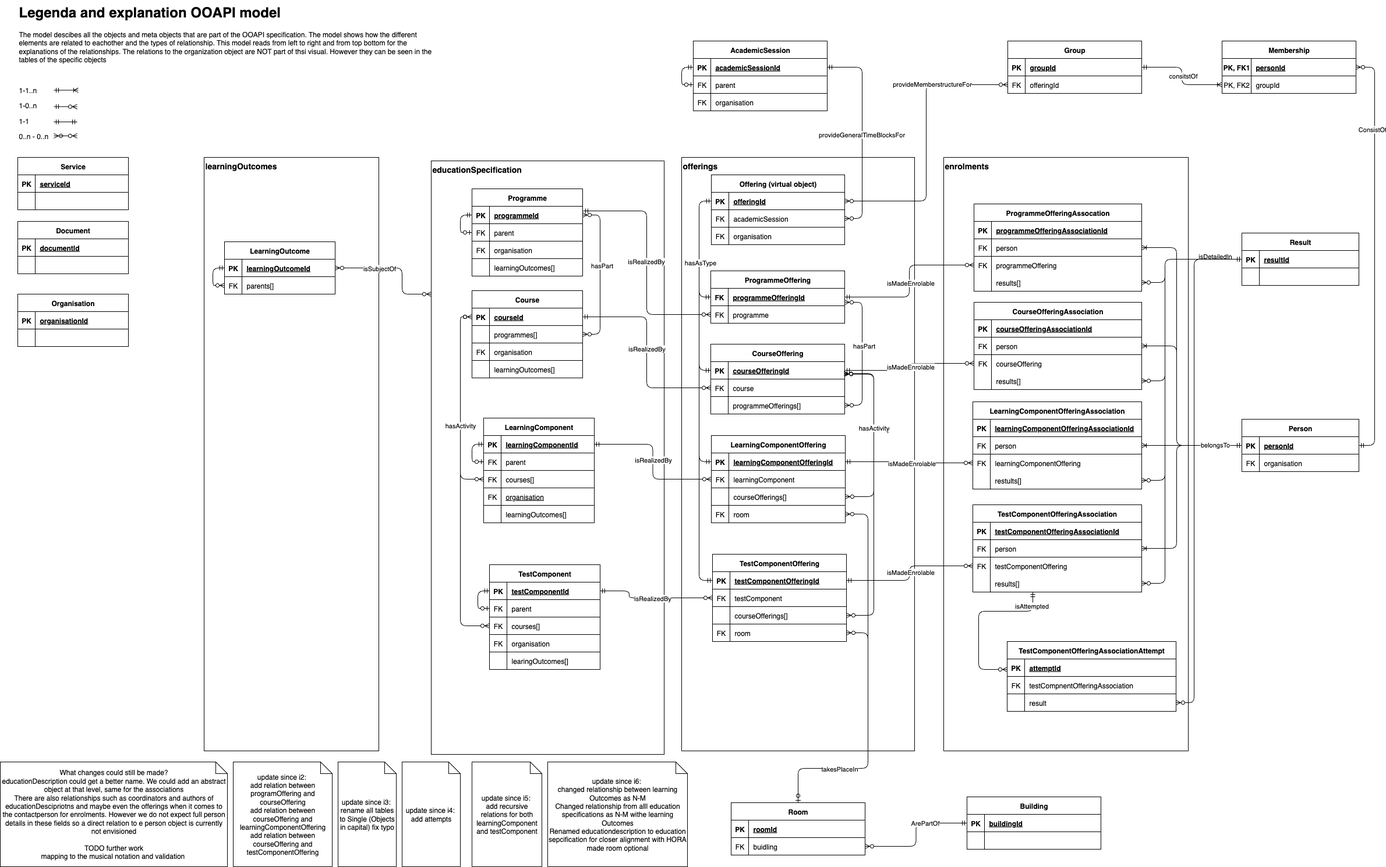
Before: v6/ooapi_v6.png, a diagram exported from draw.io (open-education-api/specification). Source tidied: cells renumbered, new cells last; positions are measured from the earlier drawing's top-left corner, leaving out a move shared by most shapes.
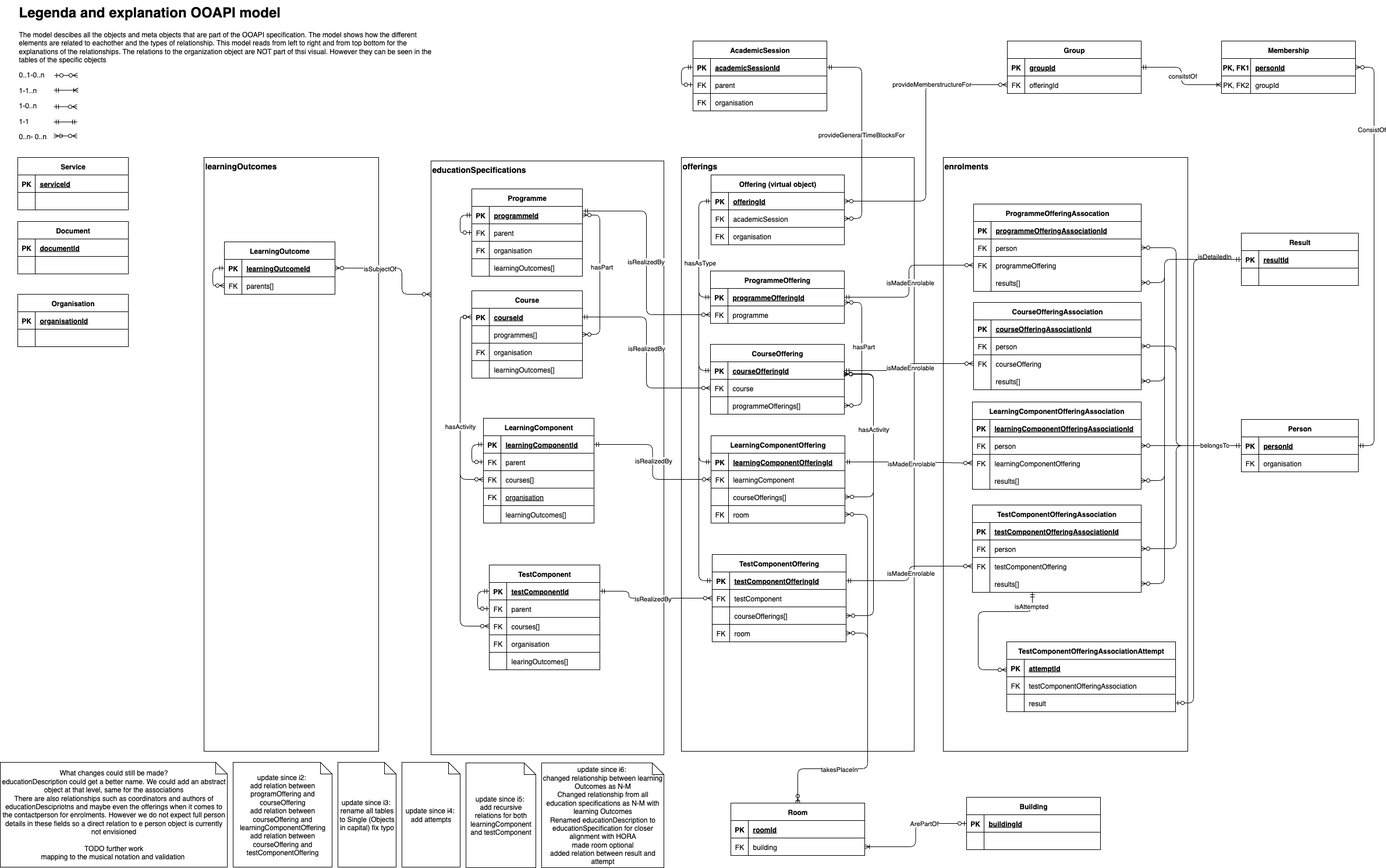
Later version of the same file.

Commit message:
476 feedback definitie van attribuut learningoutcomes binnen object programme fout correct (#483)

The edit, as a diff of the source:
```diff
@@ -5,7 +5,7 @@
     <mxCell id="2" value="&lt;font style=&quot;font-size: 14px;&quot;&gt;&lt;b&gt;offerings&lt;/b&gt;&lt;/font&gt;" style="rounded=0;whiteSpace=wrap;html=1;align=left;verticalAlign=top;" parent="1" vertex="1">
       <mxGeometry x="1170" y="270" width="400" height="1020" as="geometry" />
     </mxCell>
-    <mxCell id="3" value="&lt;font style=&quot;font-size: 14px;&quot;&gt;&lt;b&gt;educationSpecification&lt;/b&gt;&lt;/font&gt;" style="rounded=0;whiteSpace=wrap;html=1;align=left;verticalAlign=top;" parent="1" vertex="1">
+    <mxCell id="3" value="&lt;font style=&quot;font-size: 14px;&quot;&gt;&lt;b&gt;educationSpecifications&lt;/b&gt;&lt;/font&gt;" style="rounded=0;whiteSpace=wrap;html=1;align=left;verticalAlign=top;" parent="1" vertex="1">
       <mxGeometry x="740" y="276" width="400" height="1020" as="geometry" />
     </mxCell>
     <mxCell id="4" style="edgeStyle=entityRelationEdgeStyle;endArrow=ERzeroToMany;startArrow=ERzeroToMany;endFill=1;startFill=0;entryX=1;entryY=0.5;entryDx=0;entryDy=0;exitX=1;exitY=0.5;exitDx=0;exitDy=0;" parent="1" edge="1" source="50" target="12">
@@ -255,7 +255,7 @@
     <mxCell id="83" style="shape=partialRectangle;fillColor=none;points=[[0,0.5],[1,0.5]];portConstraint=eastwest;top=0;left=0;right=0;bottom=1;" parent="82" vertex="1">
       <mxGeometry y="30" width="230" height="30" as="geometry" />
     </mxCell>
-    <mxCell id="84" value="FK" style="shape=partialRectangle;overflow=hidden;fillColor=none;top=0;left=0;bottom=0;right=0;fontStyle=1;" parent="83" vertex="1">
+    <mxCell id="84" value="PK" style="shape=partialRectangle;overflow=hidden;fillColor=none;top=0;left=0;bottom=0;right=0;fontStyle=1;" parent="83" vertex="1">
       <mxGeometry width="30" height="30" as="geometry" />
     </mxCell>
     <mxCell id="85" value="programmeOfferingId" style="shape=partialRectangle;overflow=hidden;fillColor=none;top=0;left=0;bottom=0;right=0;align=left;spacingLeft=6;fontStyle=5;" parent="83" vertex="1">
@@ -471,7 +471,7 @@
     <mxCell id="155" style="shape=partialRectangle;overflow=hidden;fillColor=none;top=0;left=0;bottom=0;right=0;" parent="154" vertex="1">
       <mxGeometry width="30" height="30" as="geometry" />
     </mxCell>
-    <mxCell id="156" value="restults[]" style="shape=partialRectangle;overflow=hidden;fillColor=none;top=0;left=0;bottom=0;right=0;align=left;spacingLeft=6;" parent="154" vertex="1">
+    <mxCell id="156" value="results[]" style="shape=partialRectangle;overflow=hidden;fillColor=none;top=0;left=0;bottom=0;right=0;align=left;spacingLeft=6;" parent="154" vertex="1">
       <mxGeometry x="30" width="260" height="30" as="geometry" />
     </mxCell>
     <mxCell id="157" value="TestComponentOfferingAssociation" style="shape=table;startSize=30;rowLines=0;fontStyle=1;align=center;" parent="1" vertex="1">
@@ -617,7 +617,7 @@
     <mxCell id="199" value="organisation" style="shape=partialRectangle;overflow=hidden;fillColor=none;top=0;left=0;bottom=0;right=0;align=left;spacingLeft=6;" parent="197" vertex="1">
       <mxGeometry x="30" width="171" height="30" as="geometry" />
     </mxCell>
-    <mxCell id="200" style="edgeStyle=orthogonalEdgeStyle;rounded=1;jettySize=auto;html=1;curved=0;endArrow=ERoneToMany;endFill=0;startArrow=ERone;startFill=0;exitX=0;exitY=0.5;exitDx=0;exitDy=0;" parent="1" edge="1" source="194" target="161">
+    <mxCell id="200" style="edgeStyle=orthogonalEdgeStyle;rounded=1;jettySize=auto;html=1;curved=0;endArrow=ERzeroToMany;endFill=0;startArrow=ERone;startFill=0;exitX=0;exitY=0.5;exitDx=0;exitDy=0;" parent="1" edge="1" source="194" target="161">
       <mxGeometry relative="1" as="geometry">
         <Array as="points">
           <mxPoint x="2020" y="765" />
@@ -625,10 +625,10 @@
         </Array>
       </mxGeometry>
     </mxCell>
-    <mxCell id="201" style="edgeStyle=orthogonalEdgeStyle;rounded=1;jettySize=auto;html=1;curved=0;endArrow=ERoneToMany;endFill=0;startArrow=ERone;startFill=0;" parent="1" edge="1" source="194" target="148">
+    <mxCell id="201" style="edgeStyle=orthogonalEdgeStyle;rounded=1;jettySize=auto;html=1;curved=0;endArrow=ERzeroToMany;endFill=0;startArrow=ERone;startFill=0;" parent="1" edge="1" source="194" target="148">
       <mxGeometry relative="1" as="geometry" />
     </mxCell>
-    <mxCell id="202" style="edgeStyle=orthogonalEdgeStyle;rounded=1;jettySize=auto;html=1;curved=0;endArrow=ERoneToMany;endFill=0;startArrow=ERone;startFill=0;exitX=0;exitY=0.5;exitDx=0;exitDy=0;entryX=1;entryY=0.5;entryDx=0;entryDy=0;" parent="1" edge="1" source="194" target="122">
+    <mxCell id="202" style="edgeStyle=orthogonalEdgeStyle;rounded=1;jettySize=auto;html=1;curved=0;endArrow=ERzeroToMany;endFill=0;startArrow=ERone;startFill=0;exitX=0;exitY=0.5;exitDx=0;exitDy=0;entryX=1;entryY=0.5;entryDx=0;entryDy=0;" parent="1" edge="1" source="194" target="122">
       <mxGeometry relative="1" as="geometry">
         <Array as="points">
           <mxPoint x="2020" y="765" />
@@ -636,7 +636,7 @@
         </Array>
       </mxGeometry>
     </mxCell>
-    <mxCell id="203" style="edgeStyle=orthogonalEdgeStyle;rounded=1;jettySize=auto;html=1;curved=0;endArrow=ERoneToMany;endFill=0;startArrow=ERmandOne;startFill=0;exitX=0;exitY=0.5;exitDx=0;exitDy=0;entryX=1;entryY=0.5;entryDx=0;entryDy=0;" parent="1" edge="1" source="194" target="135">
+    <mxCell id="203" style="edgeStyle=orthogonalEdgeStyle;rounded=1;jettySize=auto;html=1;curved=0;endArrow=ERzeroToMany;endFill=0;startArrow=ERmandOne;startFill=0;exitX=0;exitY=0.5;exitDx=0;exitDy=0;entryX=1;entryY=0.5;entryDx=0;entryDy=0;" parent="1" edge="1" source="194" target="135">
       <mxGeometry relative="1" as="geometry">
         <Array as="points">
           <mxPoint x="2020" y="765" />
@@ -849,10 +849,10 @@
     <mxCell id="257" value="FK" style="shape=partialRectangle;overflow=hidden;fillColor=none;top=0;left=0;bottom=0;right=0;" parent="256" vertex="1">
       <mxGeometry width="30" height="30" as="geometry" />
     </mxCell>
-    <mxCell id="258" value="buidling" style="shape=partialRectangle;overflow=hidden;fillColor=none;top=0;left=0;bottom=0;right=0;align=left;spacingLeft=6;" parent="256" vertex="1">
+    <mxCell id="258" value="building" style="shape=partialRectangle;overflow=hidden;fillColor=none;top=0;left=0;bottom=0;right=0;align=left;spacingLeft=6;" parent="256" vertex="1">
       <mxGeometry x="30" width="200" height="30" as="geometry" />
     </mxCell>
-    <mxCell id="259" style="edgeStyle=orthogonalEdgeStyle;rounded=1;jettySize=auto;html=1;startArrow=ERmandOne;startFill=0;endArrow=ERzeroToMany;endFill=0;curved=0;" parent="1" edge="1" source="261" target="256">
+    <mxCell id="259" style="edgeStyle=orthogonalEdgeStyle;rounded=1;jettySize=auto;html=1;startArrow=ERzeroToOne;startFill=0;endArrow=ERoneToMany;endFill=0;curved=0;" parent="1" edge="1" source="261" target="256">
       <mxGeometry relative="1" as="geometry" />
     </mxCell>
     <mxCell id="260" value="ArePartOf" style="edgeLabel;html=1;align=center;verticalAlign=middle;" parent="259" vertex="1">
@@ -890,7 +890,7 @@
         </Array>
       </mxGeometry>
     </mxCell>
-    <mxCell id="269" style="edgeStyle=orthogonalEdgeStyle;rounded=1;jettySize=auto;html=1;exitX=1;exitY=0.5;exitDx=0;exitDy=0;endArrow=ERzeroToOne;endFill=0;startArrow=ERzeroToMany;startFill=0;entryX=0.5;entryY=0;entryDx=0;entryDy=0;curved=0;" parent="1" edge="1" source="101" target="252">
+    <mxCell id="269" style="edgeStyle=orthogonalEdgeStyle;rounded=1;jettySize=auto;html=1;exitX=1;exitY=0.5;exitDx=0;exitDy=0;endArrow=ERzeroToMany;endFill=0;startArrow=ERzeroToMany;startFill=0;entryX=0.5;entryY=0;entryDx=0;entryDy=0;curved=0;" parent="1" edge="1" source="101" target="252">
       <mxGeometry relative="1" as="geometry">
         <Array as="points">
           <mxPoint x="1490" y="883" />
@@ -988,7 +988,7 @@
     <mxCell id="298" style="group;" parent="1" vertex="1">
       <mxGeometry x="30" width="730" height="250" as="geometry" />
     </mxCell>
-    <mxCell id="299" value="&lt;h1 style=&quot;margin-top: 0px;&quot;&gt;Legenda and explanation OOAPI model&lt;/h1&gt;&lt;p&gt;The model descibes all the objects and meta objects that are part of the OOAPI specification. The model shows how the different elements are related to eachother and the types of relationship.&amp;nbsp;&lt;span style=&quot;background-color: transparent; color: light-dark(rgb(0, 0, 0), rgb(255, 255, 255));&quot;&gt;&lt;font&gt;This model reads from left to right and from top bottom for the explanations of the relationships. The relations to the organization object are NOT part of thsi visual. However they can be seen in the tables of the specific objects&lt;/font&gt;&lt;/span&gt;&lt;/p&gt;&lt;p&gt;&lt;br&gt;&lt;/p&gt;&lt;p&gt;1-1..n&amp;nbsp;&lt;/p&gt;&lt;p&gt;1-0..n&lt;/p&gt;&lt;p&gt;1-1&lt;/p&gt;&lt;p&gt;0..n - 0..n&lt;/p&gt;" style="text;html=1;whiteSpace=wrap;overflow=hidden;rounded=0;" parent="298" vertex="1">
+    <mxCell id="299" value="&lt;h1 style=&quot;margin-top: 0px;&quot;&gt;Legenda and explanation OOAPI model&lt;/h1&gt;&lt;p&gt;The model descibes all the objects and meta objects that are part of the OOAPI specification. The model shows how the different elements are related to eachother and the types of relationship.&amp;nbsp;&lt;span style=&quot;background-color: transparent; color: light-dark(rgb(0, 0, 0), rgb(255, 255, 255));&quot;&gt;&lt;font&gt;This model reads from left to right and from top bottom for the explanations of the relationships. The relations to the organization object are NOT part of thsi visual. However they can be seen in the tables of the specific objects&lt;/font&gt;&lt;/span&gt;&lt;/p&gt;&lt;p&gt;0..1-0..n&lt;/p&gt;&lt;p&gt;1-1..n&amp;nbsp;&lt;/p&gt;&lt;p&gt;1-0..n&lt;/p&gt;&lt;p&gt;1-1&lt;/p&gt;&lt;p&gt;0..n- 0..n&lt;/p&gt;" style="text;html=1;whiteSpace=wrap;overflow=hidden;rounded=0;" parent="298" vertex="1">
       <mxGeometry width="730" height="250" as="geometry" />
     </mxCell>
     <mxCell id="300" style="edgeStyle=entityRelationEdgeStyle;fontSize=12;html=1;endArrow=ERoneToMany;rounded=0;startArrow=ERmandOne;startFill=0;" parent="298" edge="1">
@@ -1100,7 +1100,7 @@
     <mxCell id="326" value="FK" style="shape=partialRectangle;overflow=hidden;fillColor=none;top=0;left=0;bottom=0;right=0;fontStyle=0;" parent="325" vertex="1">
       <mxGeometry width="30" height="30" as="geometry" />
     </mxCell>
-    <mxCell id="327" value="testCompnentOfferingAssociation" style="shape=partialRectangle;overflow=hidden;fillColor=none;top=0;left=0;bottom=0;right=0;align=left;spacingLeft=6;fontStyle=0;" parent="325" vertex="1">
+    <mxCell id="327" value="testComponentOfferingAssociation" style="shape=partialRectangle;overflow=hidden;fillColor=none;top=0;left=0;bottom=0;right=0;align=left;spacingLeft=6;fontStyle=0;" parent="325" vertex="1">
       <mxGeometry x="30" width="260" height="30" as="geometry" />
     </mxCell>
     <mxCell id="328" style="shape=partialRectangle;fillColor=none;points=[[0,0.5],[1,0.5]];portConstraint=eastwest;top=0;left=0;right=0;bottom=0;" parent="321" vertex="1">
@@ -1125,12 +1125,9 @@
       <mxGeometry x="-0.83" y="-3" relative="1" as="geometry" />
     </mxCell>
     <mxCell id="333" value="update since i5:&amp;nbsp;&lt;div&gt;add recursive relations for both learningComponent and testComponent&lt;/div&gt;" style="shape=note;size=20;whiteSpace=wrap;html=1;" parent="1" vertex="1">
-      <mxGeometry x="810" y="1309" width="120" height="180" as="geometry" />
+      <mxGeometry x="800" y="1310" width="120" height="180" as="geometry" />
     </mxCell>
-    <mxCell id="334" value="update since i6:&amp;nbsp;&lt;div&gt;changed relationship between learning Outcomes as N-M&lt;/div&gt;&lt;div&gt;Changed relationship from alll education specifications as N-M withe learning Outcomes&lt;/div&gt;&lt;div&gt;Renamed educationdescription to education sepcification for closer alignment with HORA&lt;/div&gt;&lt;div&gt;made room optional&lt;/div&gt;" style="shape=note;size=20;whiteSpace=wrap;html=1;" parent="1" vertex="1">
-      <mxGeometry x="940" y="1309" width="240" height="180" as="geometry" />
-    </mxCell>
-    <mxCell id="335" style="edgeStyle=orthogonalEdgeStyle;rounded=1;jettySize=auto;html=1;exitX=0;exitY=0.5;exitDx=0;exitDy=0;endArrow=ERzeroToMany;endFill=0;startArrow=ERmandOne;startFill=0;curved=0;entryX=1;entryY=0.5;entryDx=0;entryDy=0;" parent="1" edge="1" source="206" target="328">
+    <mxCell id="335" style="edgeStyle=orthogonalEdgeStyle;rounded=1;jettySize=auto;html=1;exitX=0;exitY=0.5;exitDx=0;exitDy=0;endArrow=ERzeroToOne;endFill=0;startArrow=ERmandOne;startFill=0;curved=0;entryX=1;entryY=0.5;entryDx=0;entryDy=0;" parent="1" edge="1" source="206" target="328">
       <mxGeometry relative="1" as="geometry">
         <Array as="points">
           <mxPoint x="2050" y="445" />
@@ -1138,5 +1135,18 @@
         </Array>
       </mxGeometry>
     </mxCell>
+    <mxCell id="336" style="edgeStyle=orthogonalEdgeStyle;rounded=1;orthogonalLoop=1;jettySize=auto;html=1;endArrow=ERzeroToOne;endFill=0;startArrow=ERzeroToMany;startFill=0;curved=0;" parent="1" edge="1">
+      <mxGeometry relative="1" as="geometry">
+        <mxPoint x="133" y="129" as="sourcePoint" />
+        <mxPoint x="93" y="129" as="targetPoint" />
+        <Array as="points">
+          <mxPoint x="113" y="129" />
+          <mxPoint x="113" y="129" />
+        </Array>
+      </mxGeometry>
+    </mxCell>
+    <mxCell id="337" value="&lt;span style=&quot;&quot;&gt;update since i6:&amp;nbsp;&lt;/span&gt;&lt;div style=&quot;&quot;&gt;changed relationship between learning Outcomes as N-M&lt;/div&gt;&lt;div style=&quot;&quot;&gt;Changed relationship from all education specifications as N-M with learning Outcomes&lt;/div&gt;&lt;div style=&quot;&quot;&gt;Renamed educationDescription to educationSpecification for closer alignment with HORA&lt;/div&gt;&lt;div style=&quot;&quot;&gt;made room optional&lt;/div&gt;&lt;div style=&quot;&quot;&gt;added relation between result and attempt&lt;/div&gt;" style="shape=note;size=20;whiteSpace=wrap;html=1;align=center;" parent="1" vertex="1">
+      <mxGeometry x="930" y="1310" width="210" height="180" as="geometry" />
+    </mxCell>
   </root>
 </mxGraphModel>
```
